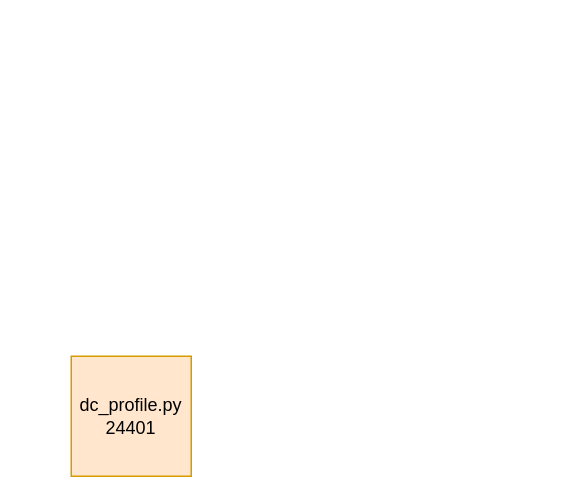
Above: 日志收集流程.drawio in cucy/draw (draw.io), before the change. Source tidied: cells renumbered, new cells numbered last; positions are measured from the earlier drawing's top-left corner, leaving out a move shared by most shapes. Both pictures are drawn from the tidied source at 150%, with x=0, y=0 at pixel (70, 356).
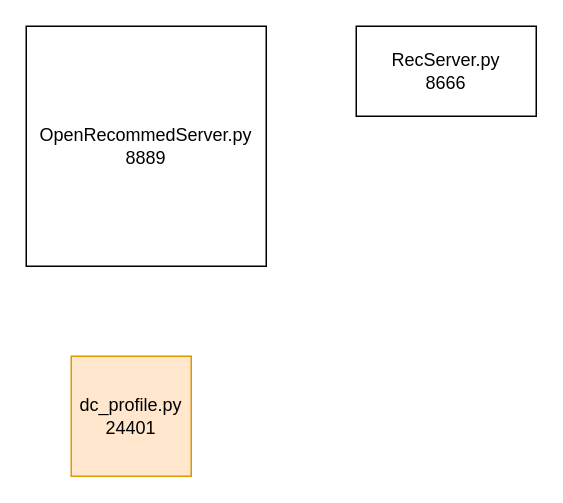
Above is the later version.

Commit message (it also covers changes not shown here):
更新日志收集流程.drawio

Change to the diagram source:
```diff
@@
 <mxGraphModel>
   <root>
     <mxCell id="0" />
     <mxCell id="1" parent="0" />
     <mxCell id="2" value="dc_profile.py&lt;br&gt;24401" style="whiteSpace=wrap;html=1;fillColor=#ffe6cc;strokeColor=#d79b00;" parent="1" vertex="1">
       <mxGeometry width="80" height="80" as="geometry" />
     </mxCell>
+    <mxCell id="3" value="OpenRecommedServer.py&lt;br&gt;8889" style="whiteSpace=wrap;html=1;" parent="1" vertex="1">
+      <mxGeometry x="-30" y="-220" width="160" height="160" as="geometry" />
+    </mxCell>
+    <mxCell id="4" value="RecServer.py&lt;br&gt;8666" style="rounded=0;whiteSpace=wrap;html=1;" parent="1" vertex="1">
+      <mxGeometry x="190" y="-220" width="120" height="60" as="geometry" />
+    </mxCell>
   </root>
 </mxGraphModel>
```
